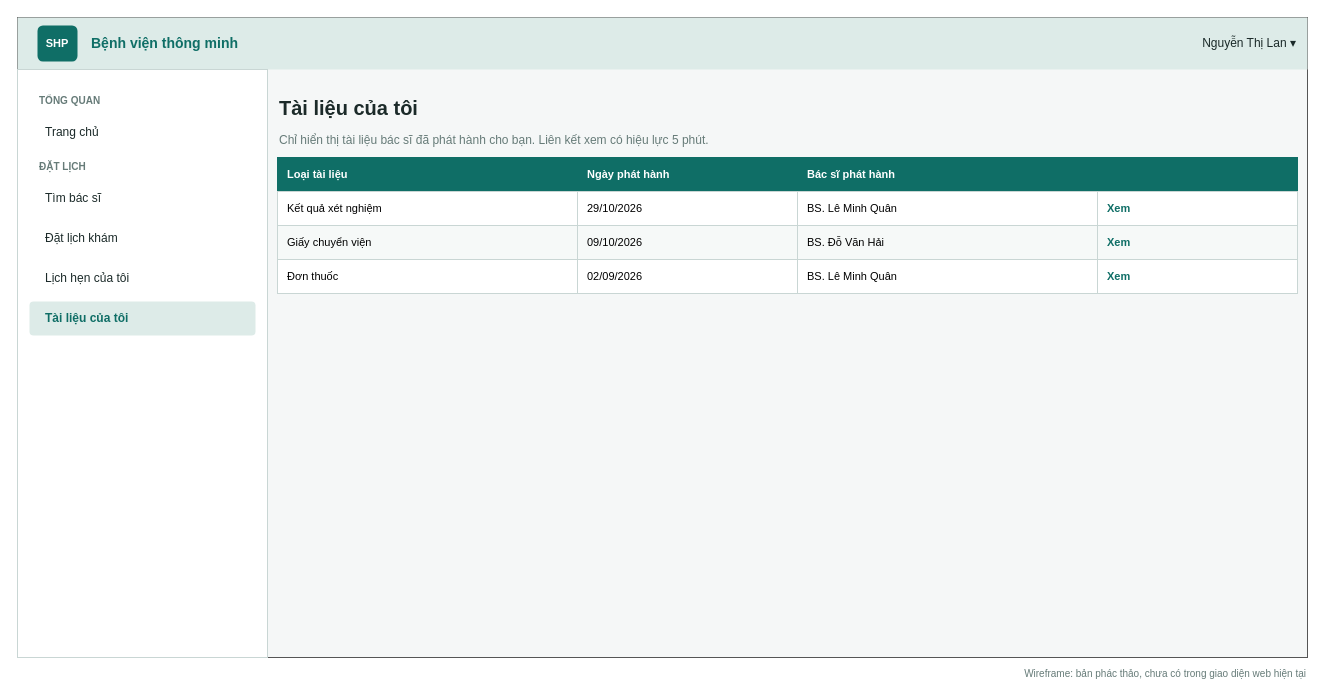
Earlier version of the draw.io diagram page "Hồ sơ người thân" (3 of 17) of docs/02-requirements/srs/dist/diagrams/06-wireframes.drawio (viethung12062005/smart-hospital-platform). Source tidied: cells renumbered, new cells numbered last; positions are measured from the earlier drawing's top-left corner, leaving out a move shared by most shapes. Both pictures are drawn from the tidied source at 100%, with x=0, y=0 at pixel (17, 17).
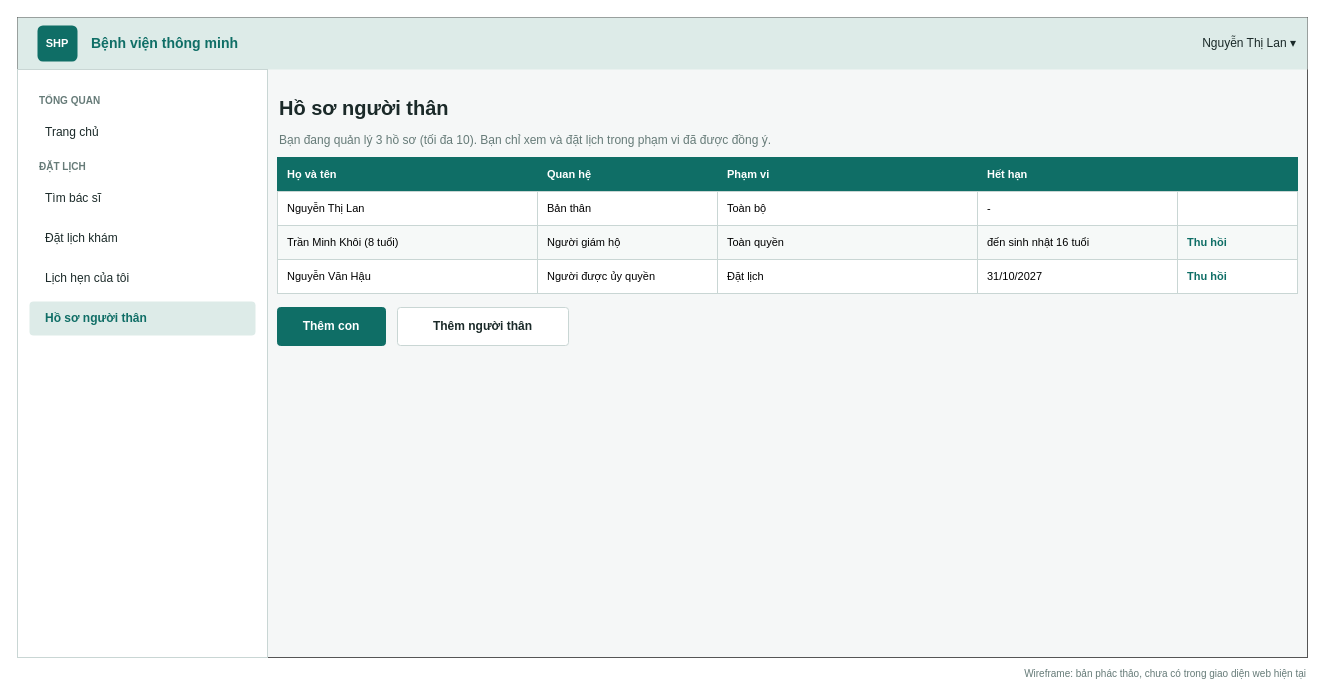
Above is the later version.

Diff of the diagram source:
```diff
@@
-    <mxCell id="14" value="Tài liệu của tôi" style="rounded=1;whiteSpace=wrap;html=1;arcSize=12;align=left;spacingLeft=14;fontSize=12;fillColor=#DDEBE8;strokeColor=none;fontColor=#0F6E66;fontStyle=1;" parent="1" vertex="1">
+    <mxCell id="14" value="Hồ sơ người thân" style="rounded=1;whiteSpace=wrap;html=1;arcSize=12;align=left;spacingLeft=14;fontSize=12;fillColor=#DDEBE8;strokeColor=none;fontColor=#0F6E66;fontStyle=1;" parent="1" vertex="1">
       <mxGeometry x="12" y="284" width="226" height="34" as="geometry" />
     </mxCell>
@@
-    <mxCell id="16" value="Tài liệu của tôi" style="text;html=1;align=left;verticalAlign=middle;whiteSpace=wrap;fontSize=20;fontColor=#1B2A29;fontStyle=1;" parent="1" vertex="1">
+    <mxCell id="16" value="Hồ sơ người thân" style="text;html=1;align=left;verticalAlign=middle;whiteSpace=wrap;fontSize=20;fontColor=#1B2A29;fontStyle=1;" parent="1" vertex="1">
       <mxGeometry x="260" y="72" width="1020" height="36" as="geometry" />
     </mxCell>
-    <mxCell id="17" value="Chỉ hiển thị tài liệu bác sĩ đã phát hành cho bạn. Liên kết xem có hiệu lực 5 phút." style="text;html=1;align=left;verticalAlign=middle;whiteSpace=wrap;fontSize=12;fontColor=#667B78;" parent="1" vertex="1">
+    <mxCell id="17" value="Bạn đang quản lý 3 hồ sơ (tối đa 10). Bạn chỉ xem và đặt lịch trong phạm vi đã được đồng ý." style="text;html=1;align=left;verticalAlign=middle;whiteSpace=wrap;fontSize=12;fontColor=#667B78;" parent="1" vertex="1">
       <mxGeometry x="260" y="110" width="1020" height="26" as="geometry" />
     </mxCell>
-    <mxCell id="18" value="Loại tài liệu" style="rounded=0;whiteSpace=wrap;html=1;fillColor=#0F6E66;strokeColor=#0F6E66;fontColor=#FFFFFF;fontStyle=1;fontSize=11;align=left;spacingLeft=8;" parent="1" vertex="1">
-      <mxGeometry x="260" y="140" width="300" height="34" as="geometry" />
+    <mxCell id="18" value="Họ và tên" style="rounded=0;whiteSpace=wrap;html=1;fillColor=#0F6E66;strokeColor=#0F6E66;fontColor=#FFFFFF;fontStyle=1;fontSize=11;align=left;spacingLeft=8;" parent="1" vertex="1">
+      <mxGeometry x="260" y="140" width="260" height="34" as="geometry" />
     </mxCell>
-    <mxCell id="19" value="Ngày phát hành" style="rounded=0;whiteSpace=wrap;html=1;fillColor=#0F6E66;strokeColor=#0F6E66;fontColor=#FFFFFF;fontStyle=1;fontSize=11;align=left;spacingLeft=8;" parent="1" vertex="1">
-      <mxGeometry x="560" y="140" width="220" height="34" as="geometry" />
+    <mxCell id="19" value="Quan hệ" style="rounded=0;whiteSpace=wrap;html=1;fillColor=#0F6E66;strokeColor=#0F6E66;fontColor=#FFFFFF;fontStyle=1;fontSize=11;align=left;spacingLeft=8;" parent="1" vertex="1">
+      <mxGeometry x="520" y="140" width="180" height="34" as="geometry" />
     </mxCell>
-    <mxCell id="20" value="Bác sĩ phát hành" style="rounded=0;whiteSpace=wrap;html=1;fillColor=#0F6E66;strokeColor=#0F6E66;fontColor=#FFFFFF;fontStyle=1;fontSize=11;align=left;spacingLeft=8;" parent="1" vertex="1">
-      <mxGeometry x="780" y="140" width="300" height="34" as="geometry" />
+    <mxCell id="20" value="Phạm vi" style="rounded=0;whiteSpace=wrap;html=1;fillColor=#0F6E66;strokeColor=#0F6E66;fontColor=#FFFFFF;fontStyle=1;fontSize=11;align=left;spacingLeft=8;" parent="1" vertex="1">
+      <mxGeometry x="700" y="140" width="260" height="34" as="geometry" />
     </mxCell>
-    <mxCell id="21" style="rounded=0;whiteSpace=wrap;html=1;fillColor=#0F6E66;strokeColor=#0F6E66;fontColor=#FFFFFF;fontStyle=1;fontSize=11;align=left;spacingLeft=8;" parent="1" vertex="1">
-      <mxGeometry x="1080" y="140" width="200" height="34" as="geometry" />
+    <mxCell id="21" value="Hết hạn" style="rounded=0;whiteSpace=wrap;html=1;fillColor=#0F6E66;strokeColor=#0F6E66;fontColor=#FFFFFF;fontStyle=1;fontSize=11;align=left;spacingLeft=8;" parent="1" vertex="1">
+      <mxGeometry x="960" y="140" width="200" height="34" as="geometry" />
     </mxCell>
-    <mxCell id="22" value="Kết quả xét nghiệm" style="rounded=0;whiteSpace=wrap;html=1;fillColor=#FFFFFF;strokeColor=#C9D6D4;fontSize=11;align=left;spacingLeft=8;" parent="1" vertex="1">
-      <mxGeometry x="260" y="174" width="300" height="34" as="geometry" />
+    <mxCell id="22" style="rounded=0;whiteSpace=wrap;html=1;fillColor=#0F6E66;strokeColor=#0F6E66;fontColor=#FFFFFF;fontStyle=1;fontSize=11;align=left;spacingLeft=8;" parent="1" vertex="1">
+      <mxGeometry x="1160" y="140" width="120" height="34" as="geometry" />
     </mxCell>
-    <mxCell id="23" value="29/10/2026" style="rounded=0;whiteSpace=wrap;html=1;fillColor=#FFFFFF;strokeColor=#C9D6D4;fontSize=11;align=left;spacingLeft=8;" parent="1" vertex="1">
-      <mxGeometry x="560" y="174" width="220" height="34" as="geometry" />
+    <mxCell id="23" value="Nguyễn Thị Lan" style="rounded=0;whiteSpace=wrap;html=1;fillColor=#FFFFFF;strokeColor=#C9D6D4;fontSize=11;align=left;spacingLeft=8;" parent="1" vertex="1">
+      <mxGeometry x="260" y="174" width="260" height="34" as="geometry" />
     </mxCell>
-    <mxCell id="24" value="BS. Lê Minh Quân" style="rounded=0;whiteSpace=wrap;html=1;fillColor=#FFFFFF;strokeColor=#C9D6D4;fontSize=11;align=left;spacingLeft=8;" parent="1" vertex="1">
-      <mxGeometry x="780" y="174" width="300" height="34" as="geometry" />
+    <mxCell id="24" value="Bản thân" style="rounded=0;whiteSpace=wrap;html=1;fillColor=#FFFFFF;strokeColor=#C9D6D4;fontSize=11;align=left;spacingLeft=8;" parent="1" vertex="1">
+      <mxGeometry x="520" y="174" width="180" height="34" as="geometry" />
     </mxCell>
-    <mxCell id="25" value="Xem" style="rounded=0;whiteSpace=wrap;html=1;fillColor=#FFFFFF;strokeColor=#C9D6D4;fontSize=11;align=left;spacingLeft=8;fontColor=#0F6E66;fontStyle=1;" parent="1" vertex="1">
-      <mxGeometry x="1080" y="174" width="200" height="34" as="geometry" />
+    <mxCell id="25" value="Toàn bộ" style="rounded=0;whiteSpace=wrap;html=1;fillColor=#FFFFFF;strokeColor=#C9D6D4;fontSize=11;align=left;spacingLeft=8;" parent="1" vertex="1">
+      <mxGeometry x="700" y="174" width="260" height="34" as="geometry" />
     </mxCell>
-    <mxCell id="26" value="Giấy chuyển viện" style="rounded=0;whiteSpace=wrap;html=1;fillColor=#F6F9F8;strokeColor=#C9D6D4;fontSize=11;align=left;spacingLeft=8;" parent="1" vertex="1">
-      <mxGeometry x="260" y="208" width="300" height="34" as="geometry" />
+    <mxCell id="26" value="-" style="rounded=0;whiteSpace=wrap;html=1;fillColor=#FFFFFF;strokeColor=#C9D6D4;fontSize=11;align=left;spacingLeft=8;" parent="1" vertex="1">
+      <mxGeometry x="960" y="174" width="200" height="34" as="geometry" />
     </mxCell>
-    <mxCell id="27" value="09/10/2026" style="rounded=0;whiteSpace=wrap;html=1;fillColor=#F6F9F8;strokeColor=#C9D6D4;fontSize=11;align=left;spacingLeft=8;" parent="1" vertex="1">
-      <mxGeometry x="560" y="208" width="220" height="34" as="geometry" />
+    <mxCell id="27" style="rounded=0;whiteSpace=wrap;html=1;fillColor=#FFFFFF;strokeColor=#C9D6D4;fontSize=11;align=left;spacingLeft=8;" parent="1" vertex="1">
+      <mxGeometry x="1160" y="174" width="120" height="34" as="geometry" />
     </mxCell>
-    <mxCell id="28" value="BS. Đỗ Văn Hải" style="rounded=0;whiteSpace=wrap;html=1;fillColor=#F6F9F8;strokeColor=#C9D6D4;fontSize=11;align=left;spacingLeft=8;" parent="1" vertex="1">
-      <mxGeometry x="780" y="208" width="300" height="34" as="geometry" />
+    <mxCell id="28" value="Trần Minh Khôi (8 tuổi)" style="rounded=0;whiteSpace=wrap;html=1;fillColor=#F6F9F8;strokeColor=#C9D6D4;fontSize=11;align=left;spacingLeft=8;" parent="1" vertex="1">
+      <mxGeometry x="260" y="208" width="260" height="34" as="geometry" />
     </mxCell>
-    <mxCell id="29" value="Xem" style="rounded=0;whiteSpace=wrap;html=1;fillColor=#F6F9F8;strokeColor=#C9D6D4;fontSize=11;align=left;spacingLeft=8;fontColor=#0F6E66;fontStyle=1;" parent="1" vertex="1">
-      <mxGeometry x="1080" y="208" width="200" height="34" as="geometry" />
+    <mxCell id="29" value="Người giám hộ" style="rounded=0;whiteSpace=wrap;html=1;fillColor=#F6F9F8;strokeColor=#C9D6D4;fontSize=11;align=left;spacingLeft=8;" parent="1" vertex="1">
+      <mxGeometry x="520" y="208" width="180" height="34" as="geometry" />
     </mxCell>
-    <mxCell id="30" value="Đơn thuốc" style="rounded=0;whiteSpace=wrap;html=1;fillColor=#FFFFFF;strokeColor=#C9D6D4;fontSize=11;align=left;spacingLeft=8;" parent="1" vertex="1">
-      <mxGeometry x="260" y="242" width="300" height="34" as="geometry" />
+    <mxCell id="30" value="Toàn quyền" style="rounded=0;whiteSpace=wrap;html=1;fillColor=#F6F9F8;strokeColor=#C9D6D4;fontSize=11;align=left;spacingLeft=8;" parent="1" vertex="1">
+      <mxGeometry x="700" y="208" width="260" height="34" as="geometry" />
     </mxCell>
-    <mxCell id="31" value="02/09/2026" style="rounded=0;whiteSpace=wrap;html=1;fillColor=#FFFFFF;strokeColor=#C9D6D4;fontSize=11;align=left;spacingLeft=8;" parent="1" vertex="1">
-      <mxGeometry x="560" y="242" width="220" height="34" as="geometry" />
+    <mxCell id="31" value="đến sinh nhật 16 tuổi" style="rounded=0;whiteSpace=wrap;html=1;fillColor=#F6F9F8;strokeColor=#C9D6D4;fontSize=11;align=left;spacingLeft=8;" parent="1" vertex="1">
+      <mxGeometry x="960" y="208" width="200" height="34" as="geometry" />
     </mxCell>
-    <mxCell id="32" value="BS. Lê Minh Quân" style="rounded=0;whiteSpace=wrap;html=1;fillColor=#FFFFFF;strokeColor=#C9D6D4;fontSize=11;align=left;spacingLeft=8;" parent="1" vertex="1">
-      <mxGeometry x="780" y="242" width="300" height="34" as="geometry" />
+    <mxCell id="32" value="Thu hồi" style="rounded=0;whiteSpace=wrap;html=1;fillColor=#F6F9F8;strokeColor=#C9D6D4;fontSize=11;align=left;spacingLeft=8;fontColor=#0F6E66;fontStyle=1;" parent="1" vertex="1">
+      <mxGeometry x="1160" y="208" width="120" height="34" as="geometry" />
     </mxCell>
-    <mxCell id="33" value="Xem" style="rounded=0;whiteSpace=wrap;html=1;fillColor=#FFFFFF;strokeColor=#C9D6D4;fontSize=11;align=left;spacingLeft=8;fontColor=#0F6E66;fontStyle=1;" parent="1" vertex="1">
-      <mxGeometry x="1080" y="242" width="200" height="34" as="geometry" />
+    <mxCell id="33" value="Nguyễn Văn Hậu" style="rounded=0;whiteSpace=wrap;html=1;fillColor=#FFFFFF;strokeColor=#C9D6D4;fontSize=11;align=left;spacingLeft=8;" parent="1" vertex="1">
+      <mxGeometry x="260" y="242" width="260" height="34" as="geometry" />
     </mxCell>
+    <mxCell id="34" value="Người được ủy quyền" style="rounded=0;whiteSpace=wrap;html=1;fillColor=#FFFFFF;strokeColor=#C9D6D4;fontSize=11;align=left;spacingLeft=8;" parent="1" vertex="1">
+      <mxGeometry x="520" y="242" width="180" height="34" as="geometry" />
+    </mxCell>
+    <mxCell id="35" value="Đặt lịch" style="rounded=0;whiteSpace=wrap;html=1;fillColor=#FFFFFF;strokeColor=#C9D6D4;fontSize=11;align=left;spacingLeft=8;" parent="1" vertex="1">
+      <mxGeometry x="700" y="242" width="260" height="34" as="geometry" />
+    </mxCell>
+    <mxCell id="36" value="31/10/2027" style="rounded=0;whiteSpace=wrap;html=1;fillColor=#FFFFFF;strokeColor=#C9D6D4;fontSize=11;align=left;spacingLeft=8;" parent="1" vertex="1">
+      <mxGeometry x="960" y="242" width="200" height="34" as="geometry" />
+    </mxCell>
+    <mxCell id="37" value="Thu hồi" style="rounded=0;whiteSpace=wrap;html=1;fillColor=#FFFFFF;strokeColor=#C9D6D4;fontSize=11;align=left;spacingLeft=8;fontColor=#0F6E66;fontStyle=1;" parent="1" vertex="1">
+      <mxGeometry x="1160" y="242" width="120" height="34" as="geometry" />
+    </mxCell>
+    <mxCell id="38" value="Thêm con" style="rounded=1;whiteSpace=wrap;html=1;arcSize=8;fillColor=#0F6E66;strokeColor=#0F6E66;fontSize=12;fontColor=#1B2A29;fontStyle=1;fontColor=#FFFFFF;" parent="1" vertex="1">
+      <mxGeometry x="260" y="290" width="108" height="38" as="geometry" />
+    </mxCell>
+    <mxCell id="39" value="Thêm người thân" style="rounded=1;whiteSpace=wrap;html=1;arcSize=8;fillColor=#FFFFFF;strokeColor=#C9D6D4;fontSize=12;fontColor=#1B2A29;fontStyle=1;fontColor=#1B2A29;" parent="1" vertex="1">
+      <mxGeometry x="380" y="290" width="171" height="38" as="geometry" />
+    </mxCell>
```
